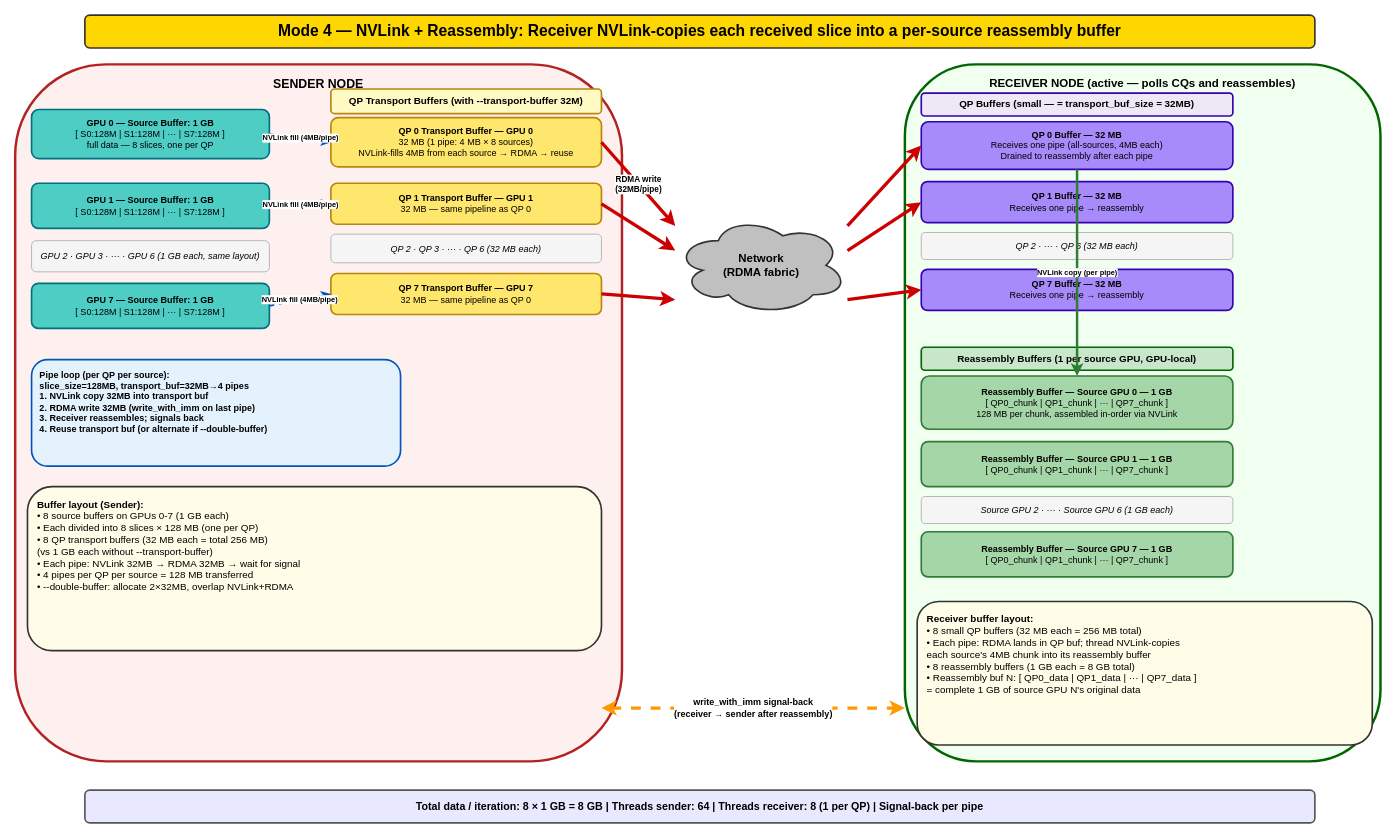
Before: page "4 - NVLink + Reassembly" (4 of 5) of test-docs/RDMA_Test_Architecture.drawio in itayalroy/perftest, a draw.io diagram. Source tidied: cells renumbered, new cells numbered last; positions are measured from the earlier drawing's top-left corner, leaving out a move shared by most shapes. Both pictures are drawn from the tidied source at 82%, with x=0, y=0 at pixel (15, 15).
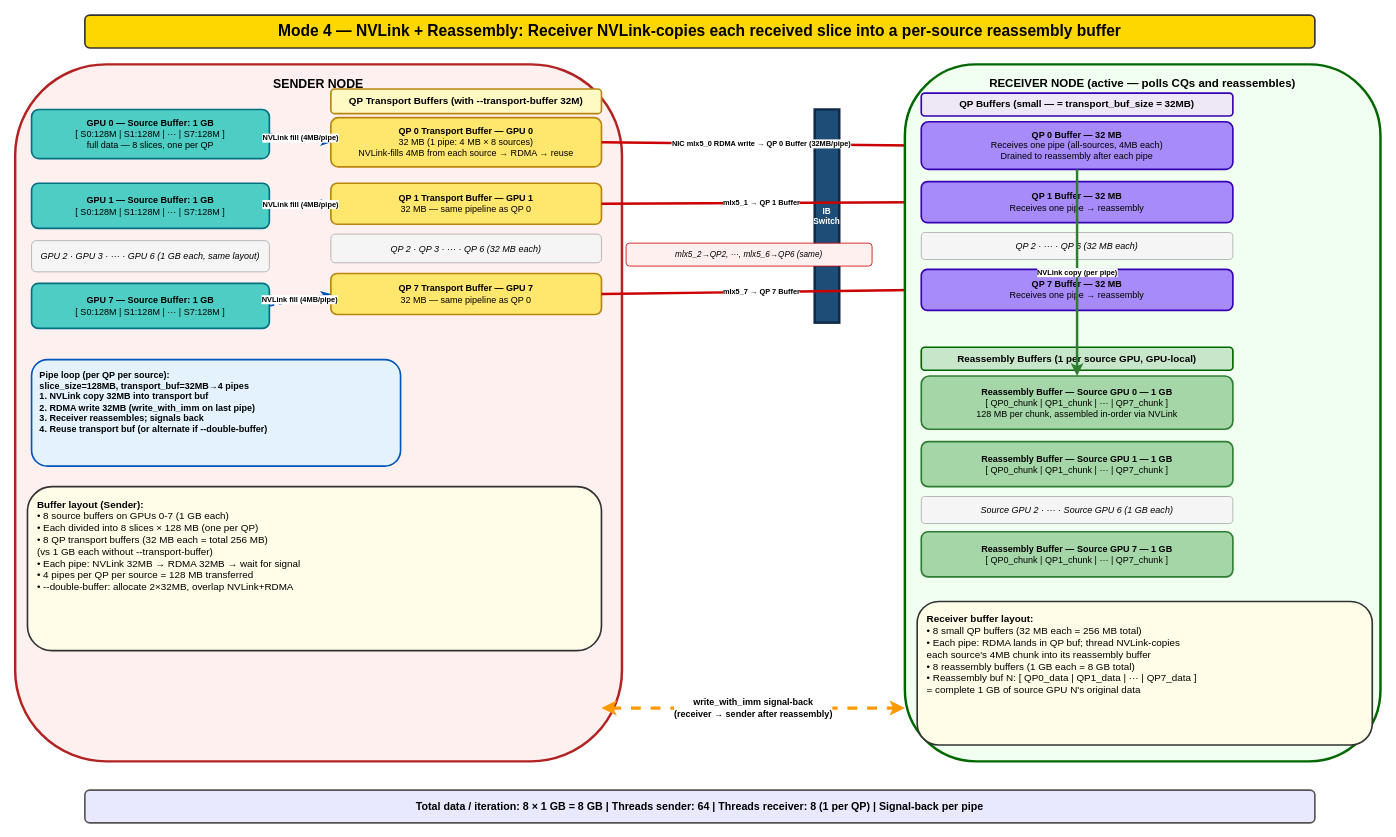
Above is the later version.

The change refers to these unchanged cells:
```xml
<mxCell id="9" value="&lt;b&gt;QP 0 Transport Buffer — GPU 0&lt;/b&gt;&lt;br&gt;32 MB (1 pipe: 4 MB × 8 sources)&lt;br&gt;NVLink-fills 4MB from each source → RDMA → reuse" style="rounded=1;whiteSpace=wrap;html=1;fillColor=#FFE66D;strokeColor=#B8860B;fontSize=11;strokeWidth=2;align=center;fontColor=#000000;" parent="1" vertex="1">
  <mxGeometry x="385" y="125" width="330" height="60" as="geometry" />
</mxCell>
<mxCell id="10" value="&lt;b&gt;QP 1 Transport Buffer — GPU 1&lt;/b&gt;&lt;br&gt;32 MB — same pipeline as QP 0" style="rounded=1;whiteSpace=wrap;html=1;fillColor=#FFE66D;strokeColor=#B8860B;fontSize=11;strokeWidth=2;align=center;fontColor=#000000;" parent="1" vertex="1">
  <mxGeometry x="385" y="205" width="330" height="50" as="geometry" />
</mxCell>
<mxCell id="12" value="&lt;b&gt;QP 7 Transport Buffer — GPU 7&lt;/b&gt;&lt;br&gt;32 MB — same pipeline as QP 0" style="rounded=1;whiteSpace=wrap;html=1;fillColor=#FFE66D;strokeColor=#B8860B;fontSize=11;strokeWidth=2;align=center;fontColor=#000000;" parent="1" vertex="1">
  <mxGeometry x="385" y="315" width="330" height="50" as="geometry" />
</mxCell>
<mxCell id="25" value="&lt;b&gt;QP 0 Buffer — 32 MB&lt;/b&gt;&lt;br&gt;Receives one pipe (all-sources, 4MB each)&lt;br&gt;Drained to reassembly after each pipe" style="rounded=1;whiteSpace=wrap;html=1;fillColor=#A78BFA;strokeColor=#3700B3;fontSize=11;strokeWidth=2;align=center;fontColor=#000000;" parent="1" vertex="1">
  <mxGeometry x="1105" y="130" width="380" height="58" as="geometry" />
</mxCell>
<mxCell id="26" value="&lt;b&gt;QP 1 Buffer — 32 MB&lt;/b&gt;&lt;br&gt;Receives one pipe → reassembly" style="rounded=1;whiteSpace=wrap;html=1;fillColor=#A78BFA;strokeColor=#3700B3;fontSize=11;strokeWidth=2;align=center;fontColor=#000000;" parent="1" vertex="1">
  <mxGeometry x="1105" y="203" width="380" height="50" as="geometry" />
</mxCell>
<mxCell id="28" value="&lt;b&gt;QP 7 Buffer — 32 MB&lt;/b&gt;&lt;br&gt;Receives one pipe → reassembly" style="rounded=1;whiteSpace=wrap;html=1;fillColor=#A78BFA;strokeColor=#3700B3;fontSize=11;strokeWidth=2;align=center;fontColor=#000000;" parent="1" vertex="1">
  <mxGeometry x="1105" y="310" width="380" height="50" as="geometry" />
</mxCell>
```

The edit, as a diff of the source:
```diff
@@
-    <mxCell id="19" value="&lt;b&gt;Network&lt;/b&gt;&lt;br&gt;(RDMA fabric)" style="ellipse;shape=cloud;whiteSpace=wrap;html=1;fillColor=#C0C0C0;strokeColor=#333;fontSize=14;fontStyle=1;strokeWidth=2;fontColor=#000000;" parent="1" vertex="1">
-      <mxGeometry x="805" y="245" width="210" height="120" as="geometry" />
+    <mxCell id="19" value="IB Switch" style="rounded=0;whiteSpace=wrap;html=1;fillColor=#1e4d78;strokeColor=#0d2b4a;fontSize=10;fontStyle=1;strokeWidth=3;fontColor=#ffffff;verticalAlign=middle;" parent="1" vertex="1">
+      <mxGeometry x="975" y="115" width="30" height="260" as="geometry" />
     </mxCell>
-    <mxCell id="20" value="RDMA write&#10;(32MB/pipe)" style="endArrow=classic;html=1;strokeWidth=4;strokeColor=#CC0000;fontSize=10;fontStyle=1;exitX=1;exitY=0.5;exitDx=0;exitDy=0;entryX=0;entryY=0.1;entryDx=0;entryDy=0;entryPerimeter=0;fontColor=#000000;" parent="1" edge="1" source="9" target="19">
+    <mxCell id="20" value="NIC mlx5_0 RDMA write → QP 0 Buffer (32MB/pipe)" style="endArrow=classic;html=1;strokeWidth=3;strokeColor=#CC0000;fontSize=9;fontStyle=1;exitX=1;exitY=0.5;exitDx=0;exitDy=0;entryX=0;entryY=0.5;entryDx=0;entryDy=0;fontColor=#000000;" parent="1" edge="1" source="9" target="25">
       <mxGeometry relative="1" as="geometry" />
     </mxCell>
-    <mxCell id="21" style="endArrow=classic;html=1;strokeWidth=4;strokeColor=#CC0000;exitX=1;exitY=0.5;exitDx=0;exitDy=0;entryX=0;entryY=0.35;entryDx=0;entryDy=0;entryPerimeter=0;fontColor=#000000;" parent="1" edge="1" source="10" target="19">
+    <mxCell id="21" value="mlx5_1 → QP 1 Buffer" style="endArrow=classic;html=1;strokeWidth=3;strokeColor=#CC0000;fontSize=9;fontStyle=1;exitX=1;exitY=0.5;exitDx=0;exitDy=0;entryX=0;entryY=0.5;entryDx=0;entryDy=0;fontColor=#000000;" parent="1" edge="1" source="10" target="26">
       <mxGeometry relative="1" as="geometry" />
     </mxCell>
-    <mxCell id="22" style="endArrow=classic;html=1;strokeWidth=4;strokeColor=#CC0000;exitX=1;exitY=0.5;exitDx=0;exitDy=0;entryX=0;entryY=0.85;entryDx=0;entryDy=0;entryPerimeter=0;fontColor=#000000;" parent="1" edge="1" source="12" target="19">
+    <mxCell id="22" value="mlx5_7 → QP 7 Buffer" style="endArrow=classic;html=1;strokeWidth=3;strokeColor=#CC0000;fontSize=9;fontStyle=1;exitX=1;exitY=0.5;exitDx=0;exitDy=0;entryX=0;entryY=0.5;entryDx=0;entryDy=0;fontColor=#000000;" parent="1" edge="1" source="12" target="28">
       <mxGeometry relative="1" as="geometry" />
     </mxCell>
+    <mxCell id="40" value="mlx5_2→QP2, ···, mlx5_6→QP6 (same)" style="text;html=1;strokeColor=#CC0000;fillColor=#FFF0F0;align=center;verticalAlign=middle;whiteSpace=wrap;rounded=1;fontSize=10;fontStyle=2;strokeWidth=1;fontColor=#000000;" parent="1" vertex="1">
+      <mxGeometry x="745" y="278" width="300" height="28" as="geometry" />
+    </mxCell>
@@
-    <mxCell id="35" style="endArrow=classic;html=1;strokeWidth=4;strokeColor=#CC0000;exitX=1;exitY=0.1;exitDx=0;exitDy=0;exitPerimeter=0;entryX=0;entryY=0.5;entryDx=0;entryDy=0;fontColor=#000000;" parent="1" edge="1" source="19" target="25">
-      <mxGeometry relative="1" as="geometry" />
-    </mxCell>
-    <mxCell id="36" style="endArrow=classic;html=1;strokeWidth=4;strokeColor=#CC0000;exitX=1;exitY=0.35;exitDx=0;exitDy=0;exitPerimeter=0;entryX=0;entryY=0.5;entryDx=0;entryDy=0;fontColor=#000000;" parent="1" edge="1" source="19" target="26">
-      <mxGeometry relative="1" as="geometry" />
-    </mxCell>
-    <mxCell id="37" style="endArrow=classic;html=1;strokeWidth=4;strokeColor=#CC0000;exitX=1;exitY=0.85;exitDx=0;exitDy=0;exitPerimeter=0;entryX=0;entryY=0.5;entryDx=0;entryDy=0;fontColor=#000000;" parent="1" edge="1" source="19" target="28">
-      <mxGeometry relative="1" as="geometry" />
-    </mxCell>
```
